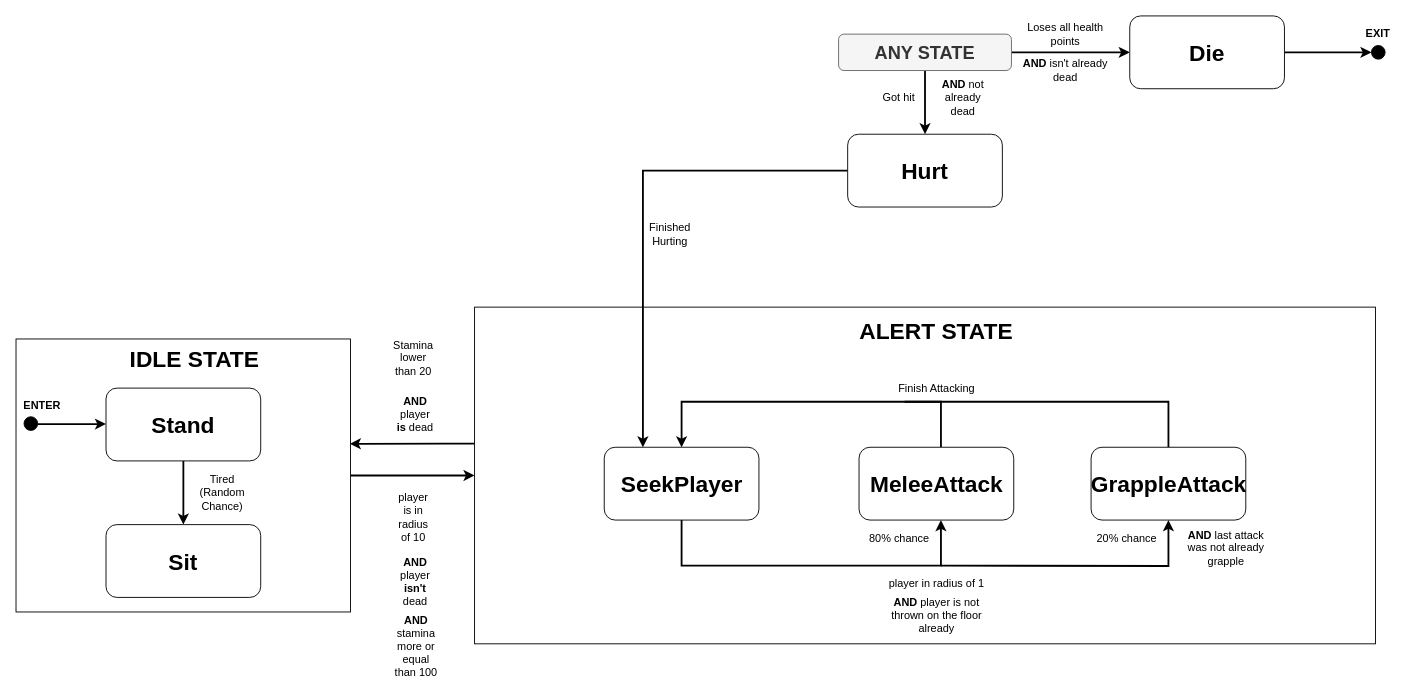
Above: page "Page-3" (2 of 2) of player_fsm.drawio in Aster0/GMAI_Project (draw.io), before the change. Source tidied: cells renumbered, new cells numbered last; positions are measured from the earlier drawing's top-left corner, leaving out a move shared by most shapes. Both pictures are drawn from the tidied source at 91%, with x=0, y=0 at pixel (15, 15).
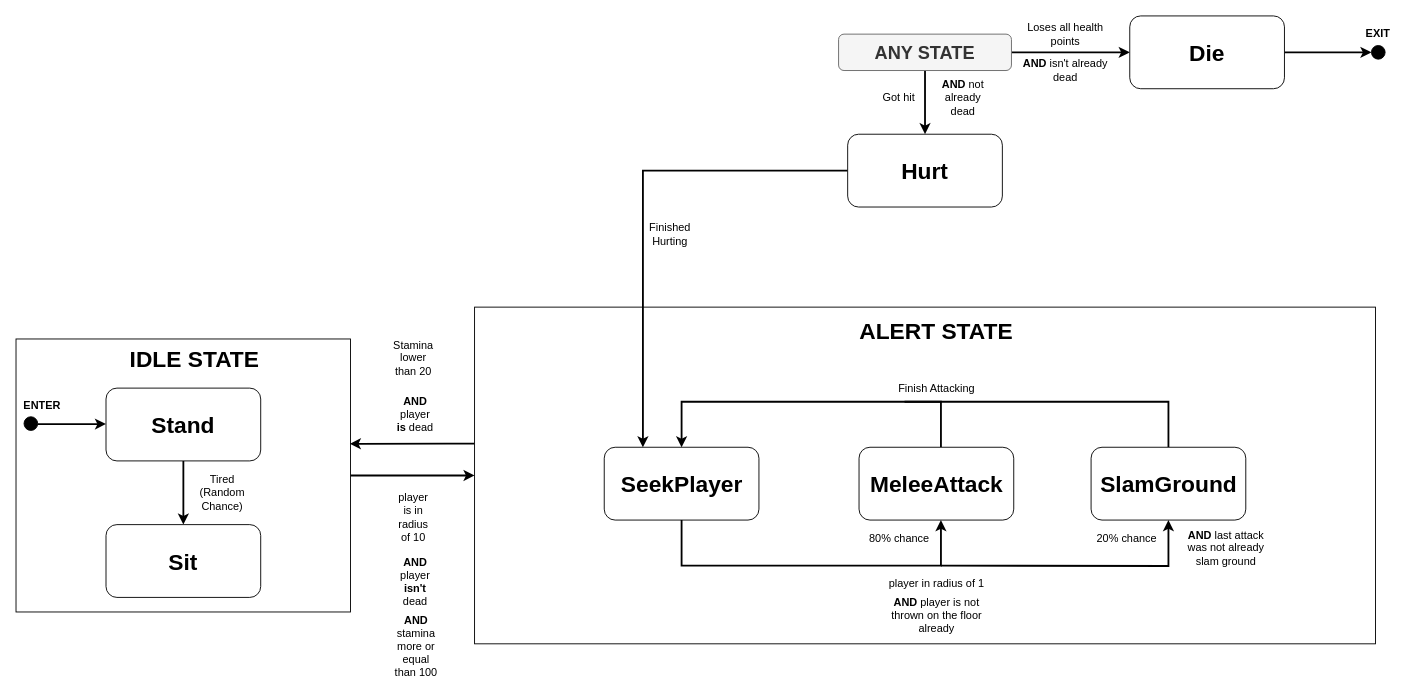
The same page after the edit.

Diff of the diagram source:
```diff
@@
-    <mxCell id="29" value="&lt;span style=&quot;font-size: 25px;&quot;&gt;&lt;b&gt;GrappleAttack&lt;/b&gt;&lt;/span&gt;" style="rounded=1;whiteSpace=wrap;html=1;" parent="1" vertex="1">
+    <mxCell id="29" value="&lt;span style=&quot;font-size: 25px;&quot;&gt;&lt;b&gt;SlamGround&lt;/b&gt;&lt;/span&gt;" style="rounded=1;whiteSpace=wrap;html=1;" parent="1" vertex="1">
       <mxGeometry x="1181.5" y="474" width="170" height="80" as="geometry" />
     </mxCell>
@@
-    <mxCell id="45" value="&lt;b&gt;AND &lt;/b&gt;last attack was not already grapple" style="text;html=1;strokeColor=none;fillColor=none;align=center;verticalAlign=middle;whiteSpace=wrap;rounded=0;fontSize=12;fontStyle=0;" parent="1" vertex="1">
+    <mxCell id="45" value="&lt;b&gt;AND &lt;/b&gt;last attack was not already slam ground" style="text;html=1;strokeColor=none;fillColor=none;align=center;verticalAlign=middle;whiteSpace=wrap;rounded=0;fontSize=12;fontStyle=0;" parent="1" vertex="1">
       <mxGeometry x="1284.6" y="554" width="90" height="62" as="geometry" />
     </mxCell>
```
